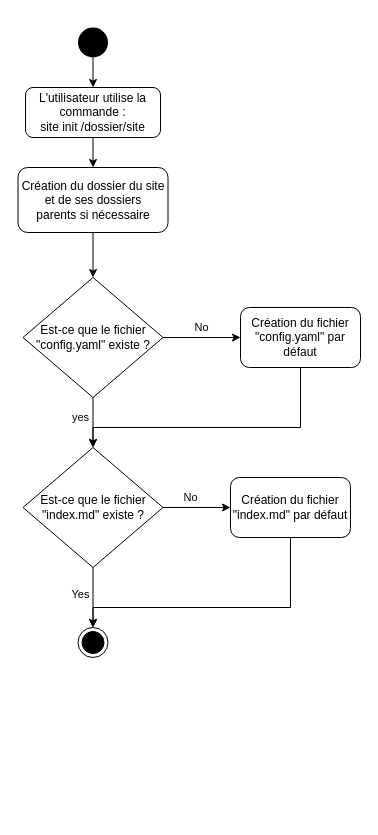
The draw.io diagram page "Commande Init" (2 of 3) of DiagrammeActivite.drawio in lgtm-migrator/projet-marengo_rosset_silvestri_tissot, before the edit. Source tidied: cells renumbered, new cells numbered last; positions are measured from the earlier drawing's top-left corner, leaving out a move shared by most shapes. Both pictures are drawn from the tidied source at 100%, with x=0, y=0 at pixel (18, 27).
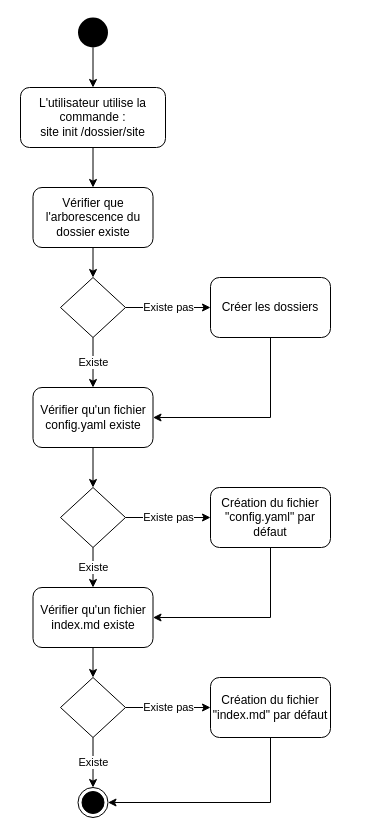
Above is the later version.

What changed in the source:
```diff
@@
-    <mxCell id="2" style="edgeStyle=orthogonalEdgeStyle;rounded=0;jettySize=auto;html=1;exitX=0.5;exitY=1;exitDx=0;exitDy=0;entryX=0.5;entryY=0;entryDx=0;entryDy=0;" parent="1" edge="1" source="3" target="8">
-      <mxGeometry relative="1" as="geometry" />
-    </mxCell>
+    <mxCell id="19" style="edgeStyle=orthogonalEdgeStyle;rounded=0;jettySize=auto;html=1;exitX=0.5;exitY=1;exitDx=0;exitDy=0;entryX=0.5;entryY=0;entryDx=0;entryDy=0;" parent="1" edge="1" source="3" target="28">
+      <mxGeometry relative="1" as="geometry" />
+    </mxCell>
     <mxCell id="3" value="L'utilisateur utilise la commande :&lt;br&gt;site init /dossier/site" style="rounded=1;whiteSpace=wrap;html=1;fontSize=12;glass=0;strokeWidth=1;shadow=0;" parent="1" vertex="1">
-      <mxGeometry x="7" y="60" width="135" height="50" as="geometry" />
+      <mxGeometry x="2" y="60" width="145" height="60" as="geometry" />
     </mxCell>
@@
     <mxCell id="5" style="ellipse;fillColor=#000000;strokeColor=none;" parent="1" vertex="1">
-      <mxGeometry x="59.5" width="30" height="30" as="geometry" />
+      <mxGeometry x="59.5" y="-10" width="30" height="30" as="geometry" />
     </mxCell>
     <mxCell id="6" style="ellipse;html=1;shape=endState;fillColor=#000000;strokeColor=#000000;" parent="1" vertex="1">
-      <mxGeometry x="59.5" y="600" width="30" height="30" as="geometry" />
+      <mxGeometry x="59.5" y="760" width="30" height="30" as="geometry" />
     </mxCell>
-    <mxCell id="7" style="edgeStyle=orthogonalEdgeStyle;rounded=0;jettySize=auto;html=1;exitX=0.5;exitY=1;exitDx=0;exitDy=0;" parent="1" edge="1" source="8" target="11">
-      <mxGeometry relative="1" as="geometry" />
-    </mxCell>
-    <mxCell id="8" value="Création du dossier du site et de ses dossiers parents&amp;nbsp;si nécessaire" style="rounded=1;whiteSpace=wrap;html=1;" parent="1" vertex="1">
-      <mxGeometry x="-0.5" y="140" width="150" height="65" as="geometry" />
-    </mxCell>
-    <mxCell id="9" value="yes" style="edgeStyle=orthogonalEdgeStyle;rounded=0;jettySize=auto;html=1;exitX=0.5;exitY=1;exitDx=0;exitDy=0;entryX=0.5;entryY=0;entryDx=0;entryDy=0;" parent="1" edge="1" source="11" target="14">
-      <mxGeometry x="-0.2" y="-12" relative="1" as="geometry">
-        <mxPoint x="-1" as="offset" />
-      </mxGeometry>
-    </mxCell>
-    <mxCell id="10" value="No" style="edgeStyle=orthogonalEdgeStyle;rounded=0;jettySize=auto;html=1;exitX=1;exitY=0.5;exitDx=0;exitDy=0;entryX=0;entryY=0.5;entryDx=0;entryDy=0;" parent="1" edge="1" source="11" target="16">
-      <mxGeometry x="-0.03" y="10" relative="1" as="geometry">
-        <Array as="points">
-          <mxPoint x="172" y="310" />
-          <mxPoint x="172" y="310" />
-        </Array>
-      </mxGeometry>
-    </mxCell>
-    <mxCell id="11" value="Est-ce que le fichier &quot;config.yaml&quot; existe ?" style="rhombus;whiteSpace=wrap;html=1;" parent="1" vertex="1">
-      <mxGeometry x="4.5" y="250" width="140" height="120" as="geometry" />
-    </mxCell>
-    <mxCell id="12" value="No" style="edgeStyle=orthogonalEdgeStyle;rounded=0;jettySize=auto;html=1;exitX=1;exitY=0.5;exitDx=0;exitDy=0;entryX=0;entryY=0.5;entryDx=0;entryDy=0;" parent="1" edge="1" source="14" target="18">
-      <mxGeometry x="-0.19" y="10" relative="1" as="geometry" />
-    </mxCell>
-    <mxCell id="13" value="Yes" style="edgeStyle=orthogonalEdgeStyle;rounded=0;jettySize=auto;html=1;exitX=0.5;exitY=1;exitDx=0;exitDy=0;entryX=0.5;entryY=0;entryDx=0;entryDy=0;" parent="1" edge="1" source="14" target="6">
-      <mxGeometry x="-0.11" y="-12" relative="1" as="geometry">
-        <mxPoint x="-1" as="offset" />
-      </mxGeometry>
-    </mxCell>
-    <mxCell id="14" value="Est-ce que le fichier &quot;index.md&quot; existe ?" style="rhombus;whiteSpace=wrap;html=1;" parent="1" vertex="1">
-      <mxGeometry x="4.5" y="420" width="140" height="120" as="geometry" />
-    </mxCell>
-    <mxCell id="15" style="edgeStyle=orthogonalEdgeStyle;rounded=0;jettySize=auto;html=1;exitX=0.5;exitY=1;exitDx=0;exitDy=0;entryX=0.5;entryY=0;entryDx=0;entryDy=0;" parent="1" edge="1" source="16" target="14">
+    <mxCell id="15" style="edgeStyle=orthogonalEdgeStyle;rounded=0;jettySize=auto;html=1;exitX=0.5;exitY=1;exitDx=0;exitDy=0;entryX=1;entryY=0.5;entryDx=0;entryDy=0;" parent="1" edge="1" source="16" target="26">
       <mxGeometry relative="1" as="geometry">
         <Array as="points">
-          <mxPoint x="282" y="400" />
-          <mxPoint x="75" y="400" />
+          <mxPoint x="252" y="590" />
         </Array>
       </mxGeometry>
     </mxCell>
     <mxCell id="16" value="Création du fichier &quot;config.yaml&quot; par défaut" style="rounded=1;whiteSpace=wrap;html=1;" parent="1" vertex="1">
-      <mxGeometry x="222" y="280" width="120" height="60" as="geometry" />
+      <mxGeometry x="192" y="460" width="120" height="60" as="geometry" />
     </mxCell>
+    <mxCell id="20" value="Existe pas" style="edgeStyle=orthogonalEdgeStyle;rounded=0;jettySize=auto;html=1;exitX=1;exitY=0.5;exitDx=0;exitDy=0;entryX=0;entryY=0.5;entryDx=0;entryDy=0;" parent="1" edge="1" source="22" target="16">
+      <mxGeometry relative="1" as="geometry" />
+    </mxCell>
+    <mxCell id="21" value="Existe" style="edgeStyle=orthogonalEdgeStyle;rounded=0;jettySize=auto;html=1;exitX=0.5;exitY=1;exitDx=0;exitDy=0;entryX=0.5;entryY=0;entryDx=0;entryDy=0;" parent="1" edge="1" source="22" target="26">
+      <mxGeometry relative="1" as="geometry" />
+    </mxCell>
+    <mxCell id="22" style="rhombus;whiteSpace=wrap;html=1;" parent="1" vertex="1">
+      <mxGeometry x="42" y="460" width="65" height="60" as="geometry" />
+    </mxCell>
+    <mxCell id="23" style="edgeStyle=orthogonalEdgeStyle;rounded=0;jettySize=auto;html=1;exitX=0.5;exitY=1;exitDx=0;exitDy=0;entryX=0.5;entryY=0;entryDx=0;entryDy=0;" parent="1" edge="1" source="24" target="22">
+      <mxGeometry relative="1" as="geometry" />
+    </mxCell>
+    <mxCell id="24" value="&lt;span style=&quot;&quot;&gt;Vérifier qu'un fichier config.yaml existe&lt;/span&gt;" style="rounded=1;whiteSpace=wrap;html=1;" parent="1" vertex="1">
+      <mxGeometry x="14.5" y="360" width="120" height="60" as="geometry" />
+    </mxCell>
+    <mxCell id="25" style="edgeStyle=orthogonalEdgeStyle;rounded=0;jettySize=auto;html=1;exitX=0.5;exitY=1;exitDx=0;exitDy=0;entryX=0.5;entryY=0;entryDx=0;entryDy=0;" parent="1" edge="1" source="26" target="36">
+      <mxGeometry relative="1" as="geometry" />
+    </mxCell>
+    <mxCell id="26" value="&lt;span style=&quot;&quot;&gt;Vérifier qu'un fichier index.md existe&lt;/span&gt;" style="rounded=1;whiteSpace=wrap;html=1;" parent="1" vertex="1">
+      <mxGeometry x="14.5" y="560" width="120" height="60" as="geometry" />
+    </mxCell>
+    <mxCell id="27" style="edgeStyle=orthogonalEdgeStyle;rounded=0;jettySize=auto;html=1;exitX=0.5;exitY=1;exitDx=0;exitDy=0;entryX=0.5;entryY=0;entryDx=0;entryDy=0;" parent="1" edge="1" source="28" target="31">
+      <mxGeometry relative="1" as="geometry" />
+    </mxCell>
+    <mxCell id="28" value="Vérifier que l'arborescence du dossier existe" style="rounded=1;whiteSpace=wrap;html=1;" parent="1" vertex="1">
+      <mxGeometry x="14.5" y="160" width="120" height="60" as="geometry" />
+    </mxCell>
+    <mxCell id="29" value="Existe pas" style="edgeStyle=orthogonalEdgeStyle;rounded=0;jettySize=auto;html=1;exitX=1;exitY=0.5;exitDx=0;exitDy=0;entryX=0;entryY=0.5;entryDx=0;entryDy=0;" parent="1" edge="1" source="31" target="33">
+      <mxGeometry relative="1" as="geometry" />
+    </mxCell>
+    <mxCell id="30" value="Existe" style="edgeStyle=orthogonalEdgeStyle;rounded=0;jettySize=auto;html=1;exitX=0.5;exitY=1;exitDx=0;exitDy=0;entryX=0.5;entryY=0;entryDx=0;entryDy=0;" parent="1" edge="1" source="31" target="24">
+      <mxGeometry relative="1" as="geometry" />
+    </mxCell>
+    <mxCell id="31" style="rhombus;whiteSpace=wrap;html=1;" parent="1" vertex="1">
+      <mxGeometry x="42" y="250" width="65" height="60" as="geometry" />
+    </mxCell>
+    <mxCell id="32" style="edgeStyle=orthogonalEdgeStyle;rounded=0;jettySize=auto;html=1;exitX=0.5;exitY=1;exitDx=0;exitDy=0;entryX=1;entryY=0.5;entryDx=0;entryDy=0;" parent="1" edge="1" source="33" target="24">
+      <mxGeometry relative="1" as="geometry" />
+    </mxCell>
+    <mxCell id="33" value="Créer les dossiers" style="rounded=1;whiteSpace=wrap;html=1;" parent="1" vertex="1">
+      <mxGeometry x="192" y="250" width="120" height="60" as="geometry" />
+    </mxCell>
+    <mxCell id="34" value="Existe pas" style="edgeStyle=orthogonalEdgeStyle;rounded=0;jettySize=auto;html=1;exitX=1;exitY=0.5;exitDx=0;exitDy=0;entryX=0;entryY=0.5;entryDx=0;entryDy=0;" parent="1" edge="1" source="36" target="18">
+      <mxGeometry relative="1" as="geometry" />
+    </mxCell>
+    <mxCell id="35" value="Existe" style="edgeStyle=orthogonalEdgeStyle;rounded=0;jettySize=auto;html=1;exitX=0.5;exitY=1;exitDx=0;exitDy=0;entryX=0.5;entryY=0;entryDx=0;entryDy=0;" parent="1" edge="1" source="36" target="6">
+      <mxGeometry relative="1" as="geometry" />
+    </mxCell>
+    <mxCell id="36" style="rhombus;whiteSpace=wrap;html=1;" parent="1" vertex="1">
+      <mxGeometry x="42" y="650" width="65" height="60" as="geometry" />
+    </mxCell>
-    <mxCell id="17" style="edgeStyle=orthogonalEdgeStyle;rounded=0;jettySize=auto;html=1;exitX=0.5;exitY=1;exitDx=0;exitDy=0;entryX=0.5;entryY=0;entryDx=0;entryDy=0;" parent="1" edge="1" source="18" target="6">
-      <mxGeometry relative="1" as="geometry">
-        <Array as="points">
-          <mxPoint x="272" y="580" />
-          <mxPoint x="75" y="580" />
-        </Array>
-      </mxGeometry>
+    <mxCell id="17" style="edgeStyle=orthogonalEdgeStyle;rounded=0;jettySize=auto;html=1;exitX=0.5;exitY=1;exitDx=0;exitDy=0;entryX=1;entryY=0.5;entryDx=0;entryDy=0;" parent="1" edge="1" source="18" target="6">
+      <mxGeometry relative="1" as="geometry" />
     </mxCell>
     <mxCell id="18" value="Création du fichier &quot;index.md&quot; par défaut" style="rounded=1;whiteSpace=wrap;html=1;" parent="1" vertex="1">
-      <mxGeometry x="212" y="450" width="120" height="60" as="geometry" />
+      <mxGeometry x="192" y="650" width="120" height="60" as="geometry" />
     </mxCell>
```
